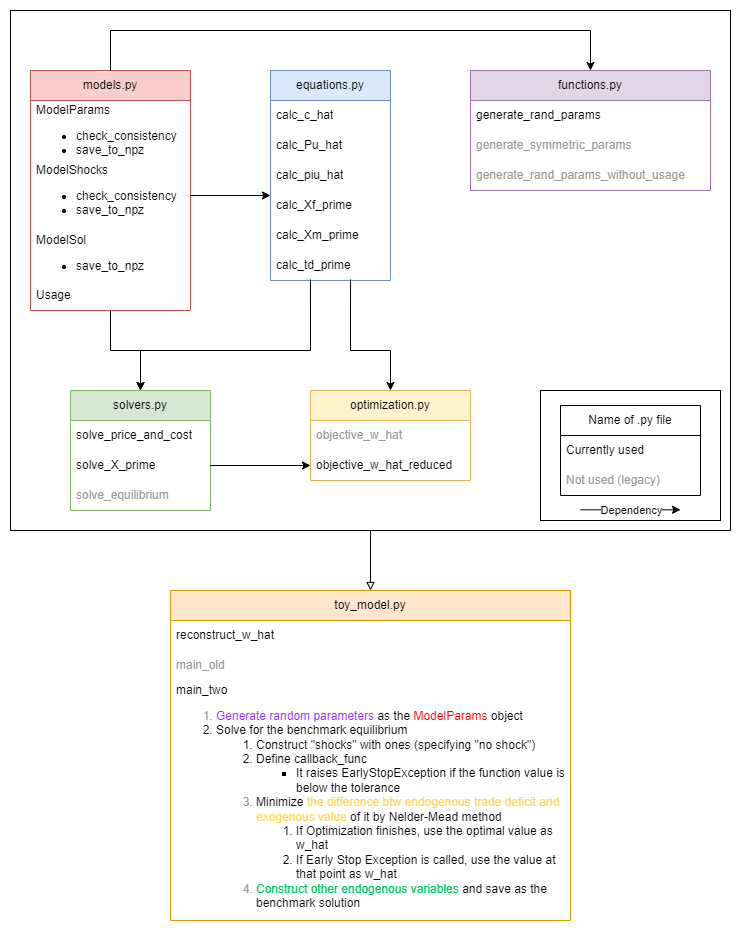
Earlier version of the draw.io export figures_readme/structure.png (YaolangZhong/volatility_analysis_fork). Source tidied: cells renumbered, new cells last; positions are measured from the earlier drawing's top-left corner, leaving out a move shared by most shapes.
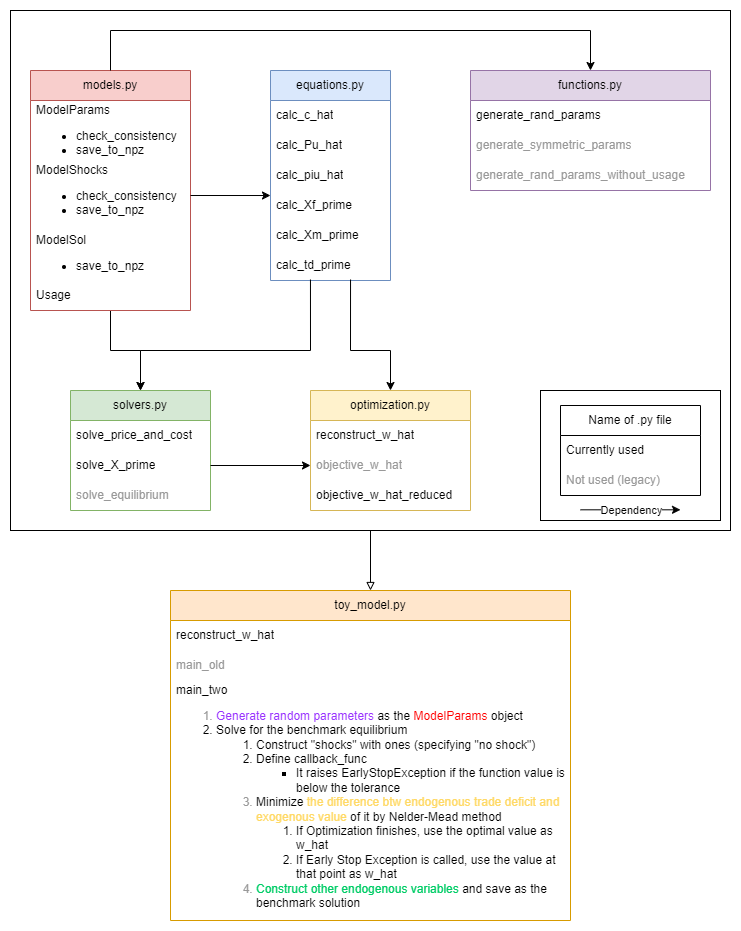
The same diagram one commit later.

Change to the diagram source:
```diff
@@ -86,13 +86,16 @@
       </mxGeometry>
     </mxCell>
     <mxCell id="28" value="optimization.py" style="swimlane;fontStyle=0;horizontal=1;startSize=30;whiteSpace=wrap;html=1;fillColor=#fff2cc;strokeColor=#d6b656;" parent="1" vertex="1">
-      <mxGeometry x="300" y="380" width="160" height="90" as="geometry" />
+      <mxGeometry x="300" y="380" width="160" height="120" as="geometry" />
     </mxCell>
+    <mxCell id="43" value="reconstruct_w_hat" style="text;strokeColor=none;fillColor=none;align=left;verticalAlign=middle;spacingLeft=4;spacingRight=4;overflow=hidden;whiteSpace=wrap;html=1;" parent="28" vertex="1">
+      <mxGeometry y="30" width="160" height="30" as="geometry" />
+    </mxCell>
     <mxCell id="29" value="&lt;font color=&quot;#999999&quot;&gt;objective_w_hat&lt;/font&gt;" style="text;strokeColor=none;fillColor=none;align=left;verticalAlign=middle;spacingLeft=4;spacingRight=4;overflow=hidden;points=[[0,0.5],[1,0.5]];portConstraint=eastwest;whiteSpace=wrap;html=1;fontColor=#000000;" parent="28" vertex="1">
-      <mxGeometry y="30" width="160" height="30" as="geometry" />
+      <mxGeometry y="60" width="160" height="30" as="geometry" />
     </mxCell>
     <mxCell id="30" value="objective_w_hat_reduced" style="text;strokeColor=none;fillColor=none;align=left;verticalAlign=middle;spacingLeft=4;spacingRight=4;overflow=hidden;points=[[0,0.5],[1,0.5]];portConstraint=eastwest;whiteSpace=wrap;html=1;fontColor=#000000;" parent="28" vertex="1">
-      <mxGeometry y="60" width="160" height="30" as="geometry" />
+      <mxGeometry y="90" width="160" height="30" as="geometry" />
     </mxCell>
     <mxCell id="31" style="endArrow=classic;html=1;rounded=0;fontColor=#000000;entryX=0.5;entryY=0;entryDx=0;entryDy=0;exitX=0.333;exitY=0.967;exitDx=0;exitDy=0;exitPerimeter=0;" parent="1" edge="1" source="11" target="18">
       <mxGeometry relative="1" as="geometry">
@@ -102,7 +105,7 @@
         </Array>
       </mxGeometry>
     </mxCell>
-    <mxCell id="32" style="edgeStyle=orthogonalEdgeStyle;rounded=0;jettySize=auto;html=1;exitX=1;exitY=0.5;exitDx=0;exitDy=0;entryX=0;entryY=0.5;entryDx=0;entryDy=0;fontColor=#000000;" parent="1" edge="1" source="20" target="30">
+    <mxCell id="32" style="edgeStyle=orthogonalEdgeStyle;rounded=0;jettySize=auto;html=1;exitX=1;exitY=0.5;exitDx=0;exitDy=0;entryX=0;entryY=0.5;entryDx=0;entryDy=0;fontColor=#000000;" parent="1" edge="1" source="20" target="29">
       <mxGeometry relative="1" as="geometry" />
     </mxCell>
     <mxCell id="33" style="endArrow=classic;html=1;rounded=0;fontColor=#000000;entryX=0.5;entryY=0;entryDx=0;entryDy=0;exitX=0.667;exitY=0.967;exitDx=0;exitDy=0;exitPerimeter=0;" parent="1" edge="1" source="11" target="28">
```
